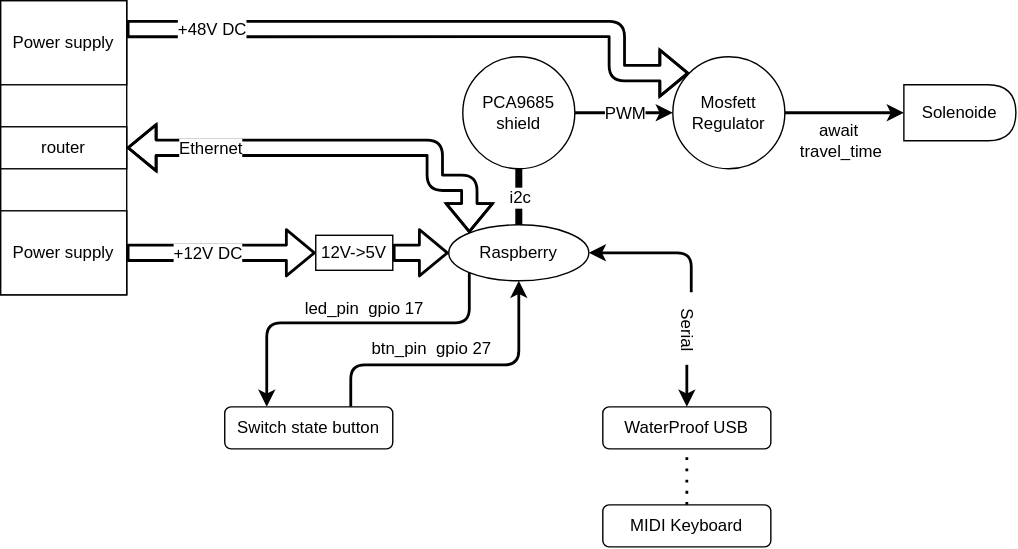
This is ressources/diagram_hardware.svg from lan-ensad/cloches-sous-tension, a draw.io export, as it was before one commit. Source tidied: cells renumbered, new cells last; positions are measured from the earlier drawing's top-left corner, leaving out a move shared by most shapes.
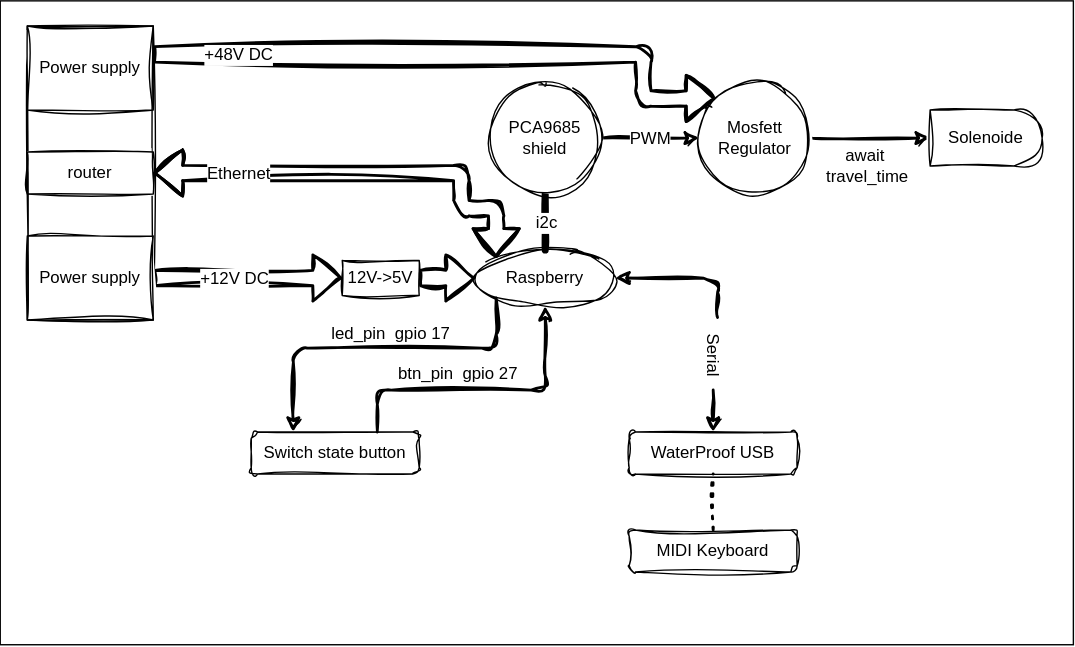
After the commit.

The edit, as a diff of the source:
```diff
@@ -1,11 +1,14 @@
-<mxGraphModel background="#ffffff">
+<mxGraphModel>
   <root>
     <mxCell id="0" />
     <mxCell id="1" parent="0" />
+    <mxCell id="35" style="rounded=0;whiteSpace=wrap;html=1;hachureGap=4;fontFamily=Architects Daughter;fontSource=https%3A%2F%2Ffonts.googleapis.com%2Fcss%3Ffamily%3DArchitects%2BDaughter;fontSize=20;" parent="1" vertex="1">
+      <mxGeometry x="-19.3" y="-18" width="766.7" height="460" as="geometry" />
+    </mxCell>
-    <mxCell id="2" value="Raspberry" style="ellipse;whiteSpace=wrap;html=1;align=center;newEdgeStyle={&quot;edgeStyle&quot;:&quot;entityRelationEdgeStyle&quot;,&quot;startArrow&quot;:&quot;none&quot;,&quot;endArrow&quot;:&quot;none&quot;,&quot;segment&quot;:10,&quot;curved&quot;:1,&quot;sourcePerimeterSpacing&quot;:0,&quot;targetPerimeterSpacing&quot;:0};" parent="1" vertex="1">
+    <mxCell id="2" value="Raspberry" style="ellipse;whiteSpace=wrap;html=1;align=center;newEdgeStyle={&quot;edgeStyle&quot;:&quot;entityRelationEdgeStyle&quot;,&quot;startArrow&quot;:&quot;none&quot;,&quot;endArrow&quot;:&quot;none&quot;,&quot;segment&quot;:10,&quot;curved&quot;:1,&quot;sourcePerimeterSpacing&quot;:0,&quot;targetPerimeterSpacing&quot;:0};sketch=1;curveFitting=1;jiggle=2;" parent="1" vertex="1">
       <mxGeometry x="320" y="160" width="100" height="40" as="geometry" />
     </mxCell>
-    <mxCell id="3" style="edgeStyle=orthogonalEdgeStyle;html=1;exitX=0.75;exitY=0;exitDx=0;exitDy=0;entryX=0.5;entryY=1;entryDx=0;entryDy=0;strokeWidth=2;fontSize=12;endArrow=classic;endFill=1;" parent="1" edge="1" source="5" target="2">
+    <mxCell id="3" style="edgeStyle=orthogonalEdgeStyle;html=1;exitX=0.75;exitY=0;exitDx=0;exitDy=0;entryX=0.5;entryY=1;entryDx=0;entryDy=0;strokeWidth=2;fontSize=12;endArrow=classic;endFill=1;sketch=1;curveFitting=1;jiggle=2;" parent="1" edge="1" source="5" target="2">
       <mxGeometry relative="1" as="geometry">
         <Array as="points">
           <mxPoint x="250" y="260" />
@@ -13,7 +16,7 @@
         </Array>
       </mxGeometry>
     </mxCell>
-    <mxCell id="4" style="edgeStyle=orthogonalEdgeStyle;html=1;exitX=0.25;exitY=0;exitDx=0;exitDy=0;entryX=0;entryY=1;entryDx=0;entryDy=0;strokeWidth=2;fontSize=12;endArrow=none;endFill=0;startArrow=classic;startFill=1;" parent="1" edge="1" source="5" target="2">
+    <mxCell id="4" style="edgeStyle=orthogonalEdgeStyle;html=1;exitX=0.25;exitY=0;exitDx=0;exitDy=0;entryX=0;entryY=1;entryDx=0;entryDy=0;strokeWidth=2;fontSize=12;endArrow=none;endFill=0;startArrow=classic;startFill=1;sketch=1;curveFitting=1;jiggle=2;" parent="1" edge="1" source="5" target="2">
       <mxGeometry relative="1" as="geometry">
         <Array as="points">
           <mxPoint x="190" y="230" />
@@ -21,24 +24,24 @@
         </Array>
       </mxGeometry>
     </mxCell>
-    <mxCell id="5" value="&lt;font style=&quot;font-size: 12px;&quot;&gt;Switch state button&lt;/font&gt;" style="rounded=1;whiteSpace=wrap;html=1;fontSize=7;" parent="1" vertex="1">
+    <mxCell id="5" value="&lt;font style=&quot;font-size: 12px;&quot;&gt;Switch state button&lt;/font&gt;" style="rounded=1;whiteSpace=wrap;html=1;fontSize=7;sketch=1;curveFitting=1;jiggle=2;" parent="1" vertex="1">
       <mxGeometry x="160" y="290" width="120" height="30" as="geometry" />
     </mxCell>
-    <mxCell id="6" value="led_pin&amp;nbsp; gpio 17" style="text;strokeColor=none;align=center;fillColor=none;html=1;verticalAlign=middle;whiteSpace=wrap;rounded=0;fontSize=12;" parent="1" vertex="1">
+    <mxCell id="6" value="led_pin&amp;nbsp; gpio 17" style="text;strokeColor=none;align=center;fillColor=none;html=1;verticalAlign=middle;whiteSpace=wrap;rounded=0;fontSize=12;sketch=1;curveFitting=1;jiggle=2;" parent="1" vertex="1">
       <mxGeometry x="215" y="205" width="90" height="30" as="geometry" />
     </mxCell>
-    <mxCell id="7" value="btn_pin&amp;nbsp; gpio 27" style="text;strokeColor=none;align=center;fillColor=none;html=1;verticalAlign=middle;whiteSpace=wrap;rounded=0;fontSize=12;" parent="1" vertex="1">
+    <mxCell id="7" value="btn_pin&amp;nbsp; gpio 27" style="text;strokeColor=none;align=center;fillColor=none;html=1;verticalAlign=middle;whiteSpace=wrap;rounded=0;fontSize=12;sketch=1;curveFitting=1;jiggle=2;" parent="1" vertex="1">
       <mxGeometry x="263" y="234" width="90" height="30" as="geometry" />
     </mxCell>
-    <mxCell id="8" style="shape=flexArrow;endArrow=classic;html=1;strokeWidth=2;fontSize=12;entryX=0;entryY=0.5;entryDx=0;entryDy=0;exitX=1;exitY=0.5;exitDx=0;exitDy=0;" parent="1" edge="1" source="31" target="12">
+    <mxCell id="8" style="shape=flexArrow;endArrow=classic;html=1;strokeWidth=2;fontSize=12;entryX=0;entryY=0.5;entryDx=0;entryDy=0;exitX=1;exitY=0.5;exitDx=0;exitDy=0;sketch=1;curveFitting=1;jiggle=2;" parent="1" edge="1" source="31" target="12">
       <mxGeometry relative="1" as="geometry" />
     </mxCell>
-    <mxCell id="9" value="+12V DC" style="edgeLabel;html=1;align=center;verticalAlign=middle;fontSize=12;" parent="8" vertex="1">
+    <mxCell id="9" value="+12V DC" style="edgeLabel;html=1;align=center;verticalAlign=middle;fontSize=12;sketch=1;curveFitting=1;jiggle=2;" parent="8" vertex="1">
       <mxGeometry x="0.19" y="-1" relative="1" as="geometry">
         <mxPoint x="-23" y="-1" as="offset" />
       </mxGeometry>
     </mxCell>
-    <mxCell id="10" style="shape=flexArrow;endArrow=classic;html=1;strokeWidth=2;fontSize=12;entryX=0;entryY=0;entryDx=0;entryDy=0;edgeStyle=orthogonalEdgeStyle;exitX=1;exitY=0.337;exitDx=0;exitDy=0;exitPerimeter=0;" parent="1" edge="1" source="29" target="21">
+    <mxCell id="10" style="shape=flexArrow;endArrow=classic;html=1;strokeWidth=2;fontSize=12;entryX=0;entryY=0;entryDx=0;entryDy=0;edgeStyle=orthogonalEdgeStyle;exitX=1;exitY=0.337;exitDx=0;exitDy=0;exitPerimeter=0;sketch=1;curveFitting=1;jiggle=2;" parent="1" edge="1" source="29" target="21">
       <mxGeometry relative="1" as="geometry">
         <Array as="points">
           <mxPoint x="440" y="20" />
@@ -46,61 +49,61 @@
         </Array>
       </mxGeometry>
     </mxCell>
-    <mxCell id="11" value="+48V DC" style="edgeLabel;html=1;align=center;verticalAlign=middle;fontSize=12;" parent="10" vertex="1">
+    <mxCell id="11" value="+48V DC" style="edgeLabel;html=1;align=center;verticalAlign=middle;fontSize=12;sketch=1;curveFitting=1;jiggle=2;" parent="10" vertex="1">
       <mxGeometry x="0.19" y="-1" relative="1" as="geometry">
         <mxPoint x="-198" y="-1" as="offset" />
       </mxGeometry>
     </mxCell>
-    <mxCell id="12" value="12V-&amp;gt;5V" style="rounded=0;whiteSpace=wrap;html=1;fontSize=12;" parent="1" vertex="1">
+    <mxCell id="12" value="12V-&amp;gt;5V" style="rounded=0;whiteSpace=wrap;html=1;fontSize=12;sketch=1;curveFitting=1;jiggle=2;" parent="1" vertex="1">
       <mxGeometry x="225" y="167.5" width="55" height="25" as="geometry" />
     </mxCell>
-    <mxCell id="13" style="shape=flexArrow;endArrow=classic;html=1;strokeWidth=2;fontSize=12;exitX=1;exitY=0.5;exitDx=0;exitDy=0;" parent="1" edge="1" source="12">
+    <mxCell id="13" style="shape=flexArrow;endArrow=classic;html=1;strokeWidth=2;fontSize=12;exitX=1;exitY=0.5;exitDx=0;exitDy=0;sketch=1;curveFitting=1;jiggle=2;" parent="1" edge="1" source="12">
       <mxGeometry relative="1" as="geometry">
         <mxPoint x="320" y="180" as="targetPoint" />
       </mxGeometry>
     </mxCell>
-    <mxCell id="14" value="&lt;font style=&quot;font-size: 12px;&quot;&gt;WaterProof USB&lt;br&gt;&lt;/font&gt;" style="rounded=1;whiteSpace=wrap;html=1;fontSize=7;" parent="1" vertex="1">
+    <mxCell id="14" value="&lt;font style=&quot;font-size: 12px;&quot;&gt;WaterProof USB&lt;br&gt;&lt;/font&gt;" style="rounded=1;whiteSpace=wrap;html=1;fontSize=7;sketch=1;curveFitting=1;jiggle=2;" parent="1" vertex="1">
       <mxGeometry x="430" y="290" width="120" height="30" as="geometry" />
     </mxCell>
-    <mxCell id="15" style="endArrow=none;html=1;strokeWidth=5;fontSize=12;exitX=0.5;exitY=0;exitDx=0;exitDy=0;entryX=0.5;entryY=1;entryDx=0;entryDy=0;endFill=0;" parent="1" edge="1" source="2">
+    <mxCell id="15" style="endArrow=none;html=1;strokeWidth=5;fontSize=12;exitX=0.5;exitY=0;exitDx=0;exitDy=0;entryX=0.5;entryY=1;entryDx=0;entryDy=0;endFill=0;sketch=1;curveFitting=1;jiggle=2;" parent="1" edge="1" source="2">
       <mxGeometry relative="1" as="geometry">
         <mxPoint x="370" y="120" as="targetPoint" />
       </mxGeometry>
     </mxCell>
-    <mxCell id="16" value="i2c" style="edgeLabel;html=1;align=center;verticalAlign=middle;fontSize=12;" parent="15" vertex="1">
+    <mxCell id="16" value="i2c" style="edgeLabel;html=1;align=center;verticalAlign=middle;fontSize=12;sketch=1;curveFitting=1;jiggle=2;" parent="15" vertex="1">
       <mxGeometry relative="1" as="geometry" />
     </mxCell>
-    <mxCell id="17" style="edgeStyle=orthogonalEdgeStyle;html=1;exitX=-0.036;exitY=0.395;exitDx=0;exitDy=0;entryX=1;entryY=0.5;entryDx=0;entryDy=0;strokeWidth=2;fontSize=12;endArrow=classic;endFill=1;startArrow=none;startFill=1;exitPerimeter=0;" parent="1" edge="1" source="33" target="2">
+    <mxCell id="17" style="edgeStyle=orthogonalEdgeStyle;html=1;exitX=-0.036;exitY=0.395;exitDx=0;exitDy=0;entryX=1;entryY=0.5;entryDx=0;entryDy=0;strokeWidth=2;fontSize=12;endArrow=classic;endFill=1;startArrow=none;startFill=1;exitPerimeter=0;sketch=1;curveFitting=1;jiggle=2;" parent="1" edge="1" source="33" target="2">
       <mxGeometry relative="1" as="geometry">
         <Array as="points">
           <mxPoint x="493" y="180" />
         </Array>
       </mxGeometry>
     </mxCell>
-    <mxCell id="18" value="&lt;font style=&quot;font-size: 12px;&quot;&gt;MIDI Keyboard&lt;br&gt;&lt;/font&gt;" style="rounded=1;whiteSpace=wrap;html=1;fontSize=7;" parent="1" vertex="1">
+    <mxCell id="18" value="&lt;font style=&quot;font-size: 12px;&quot;&gt;MIDI Keyboard&lt;br&gt;&lt;/font&gt;" style="rounded=1;whiteSpace=wrap;html=1;fontSize=7;sketch=1;curveFitting=1;jiggle=2;" parent="1" vertex="1">
       <mxGeometry x="430" y="360" width="120" height="30" as="geometry" />
     </mxCell>
-    <mxCell id="19" style="endArrow=none;dashed=1;html=1;dashPattern=1 3;strokeWidth=2;fontSize=12;fillColor=default;entryX=0.5;entryY=1;entryDx=0;entryDy=0;exitX=0.5;exitY=0;exitDx=0;exitDy=0;" parent="1" edge="1" source="18" target="14">
+    <mxCell id="19" style="endArrow=none;dashed=1;html=1;dashPattern=1 3;strokeWidth=2;fontSize=12;fillColor=default;entryX=0.5;entryY=1;entryDx=0;entryDy=0;exitX=0.5;exitY=0;exitDx=0;exitDy=0;sketch=1;curveFitting=1;jiggle=2;" parent="1" edge="1" source="18" target="14">
       <mxGeometry relative="1" as="geometry" />
     </mxCell>
-    <mxCell id="20" style="edgeStyle=none;html=1;exitX=1;exitY=0.5;exitDx=0;exitDy=0;entryX=0;entryY=0.5;entryDx=0;entryDy=0;strokeWidth=2;fontSize=12;startArrow=none;startFill=0;endArrow=classic;endFill=1;fillColor=default;" parent="1" edge="1" source="21" target="22">
+    <mxCell id="20" style="edgeStyle=none;html=1;exitX=1;exitY=0.5;exitDx=0;exitDy=0;entryX=0;entryY=0.5;entryDx=0;entryDy=0;strokeWidth=2;fontSize=12;startArrow=none;startFill=0;endArrow=classic;endFill=1;fillColor=default;sketch=1;curveFitting=1;jiggle=2;" parent="1" edge="1" source="21" target="22">
       <mxGeometry relative="1" as="geometry" />
     </mxCell>
-    <mxCell id="21" value="Mosfett&lt;br&gt;Regulator" style="ellipse;whiteSpace=wrap;html=1;fontSize=12;" parent="1" vertex="1">
+    <mxCell id="21" value="Mosfett&lt;br&gt;Regulator" style="ellipse;whiteSpace=wrap;html=1;fontSize=12;sketch=1;curveFitting=1;jiggle=2;" parent="1" vertex="1">
       <mxGeometry x="480" y="40" width="80" height="80" as="geometry" />
     </mxCell>
-    <mxCell id="22" value="Solenoide" style="shape=delay;whiteSpace=wrap;html=1;fontSize=12;" parent="1" vertex="1">
+    <mxCell id="22" value="Solenoide" style="shape=delay;whiteSpace=wrap;html=1;fontSize=12;sketch=1;curveFitting=1;jiggle=2;" parent="1" vertex="1">
       <mxGeometry x="645" y="60" width="80" height="40" as="geometry" />
     </mxCell>
-    <mxCell id="23" style="endArrow=classic;html=1;strokeWidth=2;fontSize=12;exitX=1;exitY=0.5;exitDx=0;exitDy=0;entryX=0;entryY=0.5;entryDx=0;entryDy=0;" parent="1" edge="1" target="21">
+    <mxCell id="23" style="endArrow=classic;html=1;strokeWidth=2;fontSize=12;exitX=1;exitY=0.5;exitDx=0;exitDy=0;entryX=0;entryY=0.5;entryDx=0;entryDy=0;sketch=1;curveFitting=1;jiggle=2;" parent="1" edge="1" target="21">
       <mxGeometry relative="1" as="geometry">
         <mxPoint x="410" y="80" as="sourcePoint" />
       </mxGeometry>
     </mxCell>
-    <mxCell id="24" value="PWM" style="edgeLabel;html=1;align=center;verticalAlign=middle;fontSize=12;" parent="23" vertex="1">
+    <mxCell id="24" value="PWM" style="edgeLabel;html=1;align=center;verticalAlign=middle;fontSize=12;sketch=1;curveFitting=1;jiggle=2;" parent="23" vertex="1">
       <mxGeometry relative="1" as="geometry" />
     </mxCell>
-    <mxCell id="25" style="shape=flexArrow;endArrow=classic;html=1;strokeWidth=2;fontSize=12;entryX=0;entryY=0;entryDx=0;entryDy=0;edgeStyle=orthogonalEdgeStyle;startArrow=block;" parent="1" edge="1" source="30" target="2">
+    <mxCell id="25" style="shape=flexArrow;endArrow=classic;html=1;strokeWidth=2;fontSize=12;entryX=0;entryY=0;entryDx=0;entryDy=0;edgeStyle=orthogonalEdgeStyle;startArrow=block;sketch=1;curveFitting=1;jiggle=2;" parent="1" edge="1" source="30" target="2">
       <mxGeometry relative="1" as="geometry">
         <Array as="points">
           <mxPoint x="310" y="105" />
@@ -109,33 +112,33 @@
         </Array>
       </mxGeometry>
     </mxCell>
-    <mxCell id="26" value="Ethernet" style="edgeLabel;html=1;align=center;verticalAlign=middle;fontSize=12;" parent="25" vertex="1">
+    <mxCell id="26" value="Ethernet" style="edgeLabel;html=1;align=center;verticalAlign=middle;fontSize=12;sketch=1;curveFitting=1;jiggle=2;" parent="25" vertex="1">
       <mxGeometry x="0.19" y="-1" relative="1" as="geometry">
         <mxPoint x="-122" y="-1" as="offset" />
       </mxGeometry>
     </mxCell>
-    <mxCell id="27" value="await&amp;nbsp;&lt;br&gt;travel_time" style="text;html=1;align=center;verticalAlign=middle;strokeColor=none;fillColor=none;" parent="1" vertex="1">
+    <mxCell id="27" value="await&amp;nbsp;&lt;br&gt;travel_time" style="text;html=1;align=center;verticalAlign=middle;strokeColor=none;fillColor=none;sketch=1;curveFitting=1;jiggle=2;" parent="1" vertex="1">
       <mxGeometry x="560" y="80" width="80" height="40" as="geometry" />
     </mxCell>
-    <mxCell id="28" style="rounded=0;whiteSpace=wrap;html=1;" parent="1" vertex="1">
+    <mxCell id="28" style="rounded=0;whiteSpace=wrap;html=1;sketch=1;curveFitting=1;jiggle=2;" parent="1" vertex="1">
       <mxGeometry width="90" height="210" as="geometry" />
     </mxCell>
-    <mxCell id="29" value="Power supply" style="rounded=0;whiteSpace=wrap;html=1;" parent="1" vertex="1">
+    <mxCell id="29" value="Power supply" style="rounded=0;whiteSpace=wrap;html=1;sketch=1;curveFitting=1;jiggle=2;" parent="1" vertex="1">
       <mxGeometry width="90" height="60" as="geometry" />
     </mxCell>
-    <mxCell id="30" value="router" style="rounded=0;whiteSpace=wrap;html=1;" parent="1" vertex="1">
+    <mxCell id="30" value="router" style="rounded=0;whiteSpace=wrap;html=1;sketch=1;curveFitting=1;jiggle=2;" parent="1" vertex="1">
       <mxGeometry y="90" width="90" height="30" as="geometry" />
     </mxCell>
-    <mxCell id="31" value="Power supply" style="rounded=0;whiteSpace=wrap;html=1;" parent="1" vertex="1">
+    <mxCell id="31" value="Power supply" style="rounded=0;whiteSpace=wrap;html=1;sketch=1;curveFitting=1;jiggle=2;" parent="1" vertex="1">
       <mxGeometry y="150" width="90" height="60" as="geometry" />
     </mxCell>
-    <mxCell id="32" style="edgeStyle=orthogonalEdgeStyle;html=1;exitX=0.5;exitY=0;exitDx=0;exitDy=0;entryX=1;entryY=0.5;entryDx=0;entryDy=0;strokeWidth=2;fontSize=12;endArrow=none;endFill=1;startArrow=classic;startFill=1;" parent="1" edge="1" source="14" target="33">
+    <mxCell id="32" style="edgeStyle=orthogonalEdgeStyle;html=1;exitX=0.5;exitY=0;exitDx=0;exitDy=0;entryX=1;entryY=0.5;entryDx=0;entryDy=0;strokeWidth=2;fontSize=12;endArrow=none;endFill=1;startArrow=classic;startFill=1;sketch=1;curveFitting=1;jiggle=2;" parent="1" edge="1" source="14" target="33">
       <mxGeometry relative="1" as="geometry" />
     </mxCell>
-    <mxCell id="33" value="Serial" style="text;html=1;align=center;verticalAlign=middle;points=[];strokeColor=none;fillColor=none;rotation=90;" parent="1" vertex="1">
+    <mxCell id="33" value="Serial" style="text;html=1;align=center;verticalAlign=middle;points=[];strokeColor=none;fillColor=none;rotation=90;sketch=1;curveFitting=1;jiggle=2;" parent="1" vertex="1">
       <mxGeometry x="465" y="220" width="50" height="30" as="geometry" />
     </mxCell>
-    <mxCell id="34" value="PCA9685&lt;br&gt;shield" style="ellipse;whiteSpace=wrap;html=1;fontSize=12;" parent="1" vertex="1">
+    <mxCell id="34" value="PCA9685&lt;br&gt;shield" style="ellipse;whiteSpace=wrap;html=1;fontSize=12;sketch=1;curveFitting=1;jiggle=2;" parent="1" vertex="1">
       <mxGeometry x="330" y="40" width="80" height="80" as="geometry" />
     </mxCell>
   </root>
```
